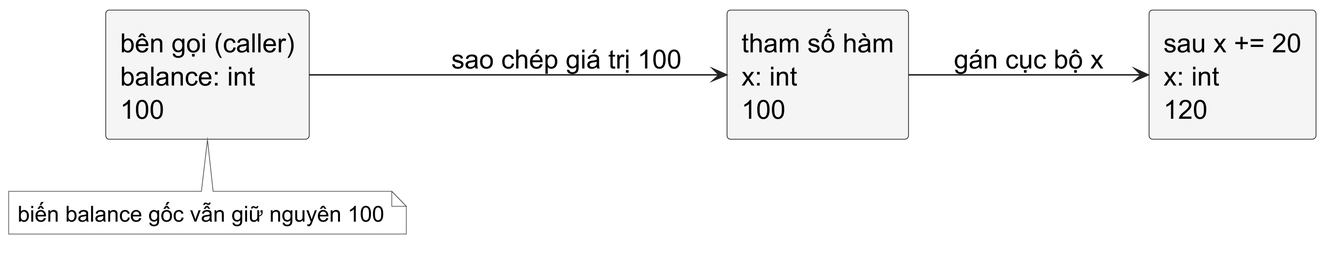
Before: assets/diagrams/pointer-value-call.png, a diagram exported from PlantUML (Minhlike/Golang).
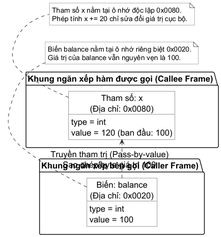
After the commit.

Change to the diagram source:
```diff
@@ -1,29 +1,46 @@
 @startuml
-skinparamlocked dpi 300
 skinparam backgroundColor white
 skinparam shadowing false
 skinparam defaultFontName "Source Sans 3"
 skinparam defaultFontSize 18
 skinparam defaultFontColor #000000
-skinparam rectangle {
-  BackgroundColor #F5F5F5
+skinparam arrowColor #222222
+skinparam object {
+  BackgroundColor #FFFFFF
   BorderColor #222222
   FontColor #000000
-  RoundCorner 5
 }
-skinparam arrowColor #222222
 skinparam note {
   BackgroundColor #FFFFFF
   BorderColor #555555
   FontColor #000000
-  FontName "Source Sans 3"
   FontSize 15
 }
 left to right direction
-rectangle "bên gọi (caller)\nbalance: int\n100" as caller
-rectangle "tham số hàm\nx: int\n100" as parameter
-rectangle "sau x += 20\nx: int\n120" as changed
-caller --> parameter : sao chép giá trị 100
-parameter --> changed : gán cục bộ x
-note bottom of caller : biến balance gốc vẫn giữ nguyên 100
+
+package "Khung ngăn xếp bên gọi (Caller Frame)" as caller_frame {
+  object "Biến: balance\n(Địa chỉ: 0x0020)" as caller {
+    type = int
+    value = 100
+  }
+}
+
+package "Khung ngăn xếp hàm được gọi (Callee Frame)" as callee_frame {
+  object "Tham số: x\n(Địa chỉ: 0x0080)" as param {
+    type = int
+    value = 120 (ban đầu: 100)
+  }
+}
+
+caller .right.> param : Truyền tham trị (Pass-by-value)\nSao chép byte giá trị 100
+
+note bottom of caller
+  Biến balance nằm tại ô nhớ riêng biệt 0x0020.
+  Giá trị của balance vẫn nguyên vẹn là 100.
+end note
+
+note bottom of param
+  Tham số x nằm tại ô nhớ độc lập 0x0080.
+  Phép tính x += 20 chỉ sửa đổi giá trị cục bộ.
+end note
 @enduml
```
